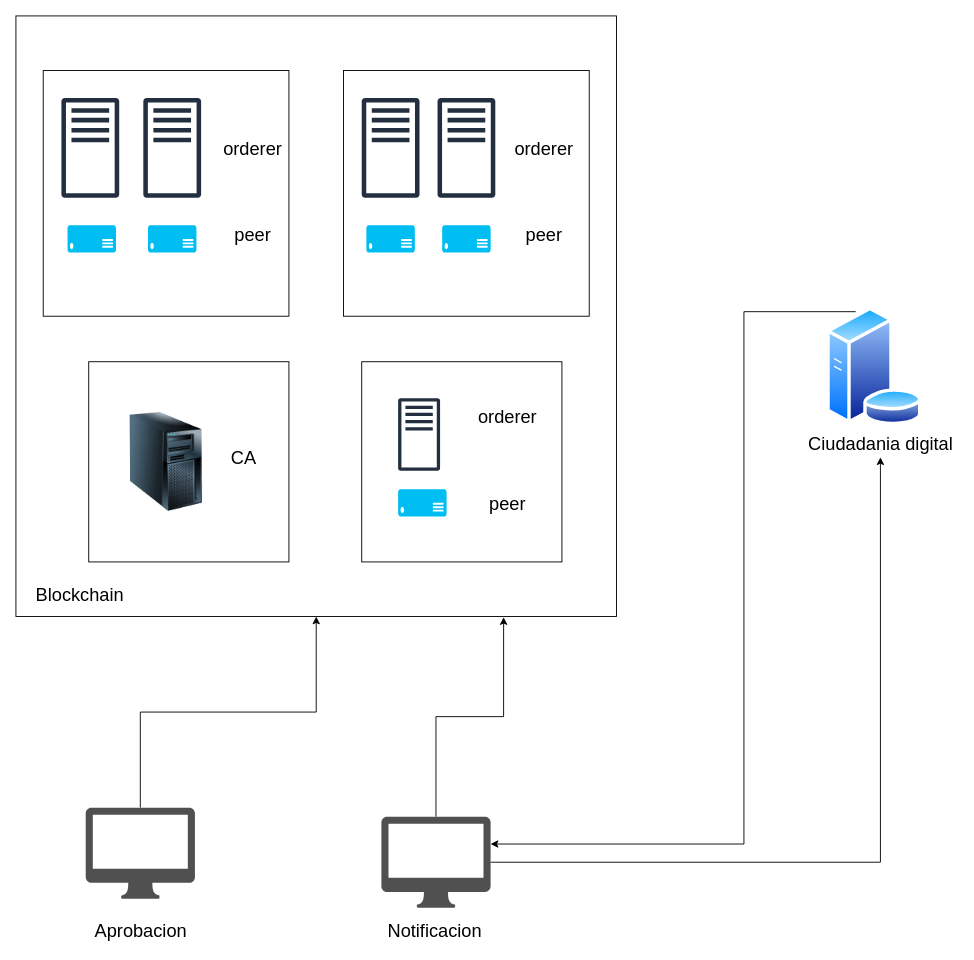
DanielTorres1/proyectoSecreto keeps this draw.io diagram as Untitled Diagram.drawio. Above is the earlier version. Source tidied: cells renumbered, new cells numbered last; positions are measured from the earlier drawing's top-left corner, leaving out a move shared by most shapes. Both pictures are drawn from the tidied source at 91%, with x=0, y=0 at pixel (15, 15).
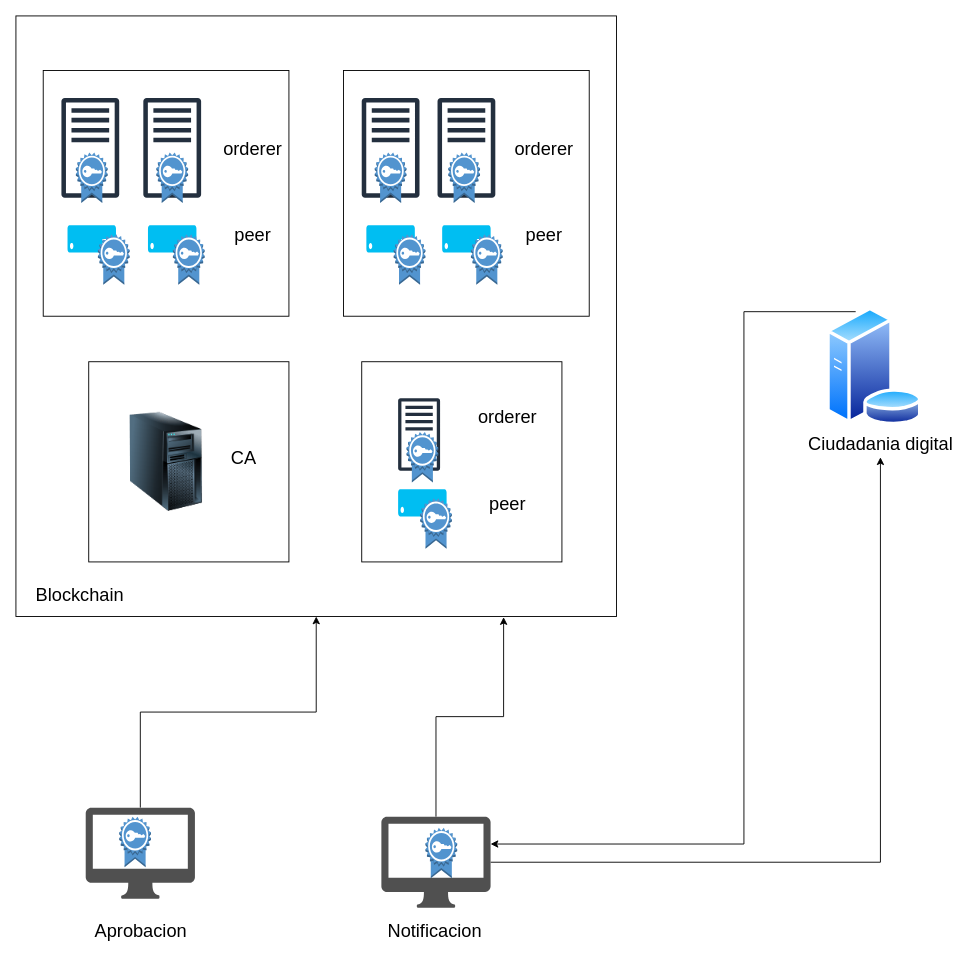
The same diagram, later.

Change to the diagram source:
```diff
@@
+    <mxCell id="36" style="dashed=0;verticalLabelPosition=bottom;verticalAlign=top;align=center;html=1;shape=mxgraph.aws3.certificate;fillColor=#5294CF;gradientColor=none;fontSize=20;" parent="1" vertex="1">
+      <mxGeometry x="444.2" y="530" width="34.9" height="55.5" as="geometry" />
+    </mxCell>
+    <mxCell id="37" style="dashed=0;verticalLabelPosition=bottom;verticalAlign=top;align=center;html=1;shape=mxgraph.aws3.certificate;fillColor=#5294CF;gradientColor=none;fontSize=20;" parent="1" vertex="1">
+      <mxGeometry x="429.2" y="457.2" width="34.9" height="55.5" as="geometry" />
+    </mxCell>
+    <mxCell id="38" style="dashed=0;verticalLabelPosition=bottom;verticalAlign=top;align=center;html=1;shape=mxgraph.aws3.certificate;fillColor=#5294CF;gradientColor=none;fontSize=20;" parent="1" vertex="1">
+      <mxGeometry x="113.5" y="880" width="34.9" height="55.5" as="geometry" />
+    </mxCell>
+    <mxCell id="39" style="dashed=0;verticalLabelPosition=bottom;verticalAlign=top;align=center;html=1;shape=mxgraph.aws3.certificate;fillColor=#5294CF;gradientColor=none;fontSize=20;" parent="1" vertex="1">
+      <mxGeometry x="450" y="892.2" width="34.9" height="55.5" as="geometry" />
+    </mxCell>
+    <mxCell id="40" style="dashed=0;verticalLabelPosition=bottom;verticalAlign=top;align=center;html=1;shape=mxgraph.aws3.certificate;fillColor=#5294CF;gradientColor=none;fontSize=20;" parent="1" vertex="1">
+      <mxGeometry x="500" y="240" width="34.9" height="55.5" as="geometry" />
+    </mxCell>
+    <mxCell id="41" style="dashed=0;verticalLabelPosition=bottom;verticalAlign=top;align=center;html=1;shape=mxgraph.aws3.certificate;fillColor=#5294CF;gradientColor=none;fontSize=20;" parent="1" vertex="1">
+      <mxGeometry x="415.1" y="240" width="34.9" height="55.5" as="geometry" />
+    </mxCell>
+    <mxCell id="42" style="dashed=0;verticalLabelPosition=bottom;verticalAlign=top;align=center;html=1;shape=mxgraph.aws3.certificate;fillColor=#5294CF;gradientColor=none;fontSize=20;" parent="1" vertex="1">
+      <mxGeometry x="394.3" y="150" width="34.9" height="55.5" as="geometry" />
+    </mxCell>
+    <mxCell id="43" style="dashed=0;verticalLabelPosition=bottom;verticalAlign=top;align=center;html=1;shape=mxgraph.aws3.certificate;fillColor=#5294CF;gradientColor=none;fontSize=20;" parent="1" vertex="1">
+      <mxGeometry x="475.1" y="150" width="34.9" height="55.5" as="geometry" />
+    </mxCell>
+    <mxCell id="44" style="dashed=0;verticalLabelPosition=bottom;verticalAlign=top;align=center;html=1;shape=mxgraph.aws3.certificate;fillColor=#5294CF;gradientColor=none;fontSize=20;" parent="1" vertex="1">
+      <mxGeometry x="154.3" y="150" width="34.9" height="55.5" as="geometry" />
+    </mxCell>
+    <mxCell id="45" style="dashed=0;verticalLabelPosition=bottom;verticalAlign=top;align=center;html=1;shape=mxgraph.aws3.certificate;fillColor=#5294CF;gradientColor=none;fontSize=20;" parent="1" vertex="1">
+      <mxGeometry x="65.9" y="150" width="34.9" height="55.5" as="geometry" />
+    </mxCell>
+    <mxCell id="46" style="dashed=0;verticalLabelPosition=bottom;verticalAlign=top;align=center;html=1;shape=mxgraph.aws3.certificate;fillColor=#5294CF;gradientColor=none;fontSize=20;" parent="1" vertex="1">
+      <mxGeometry x="90.1" y="240" width="34.9" height="55.5" as="geometry" />
+    </mxCell>
+    <mxCell id="47" style="dashed=0;verticalLabelPosition=bottom;verticalAlign=top;align=center;html=1;shape=mxgraph.aws3.certificate;fillColor=#5294CF;gradientColor=none;fontSize=20;" parent="1" vertex="1">
+      <mxGeometry x="172.5" y="240" width="34.9" height="55.5" as="geometry" />
+    </mxCell>
```
